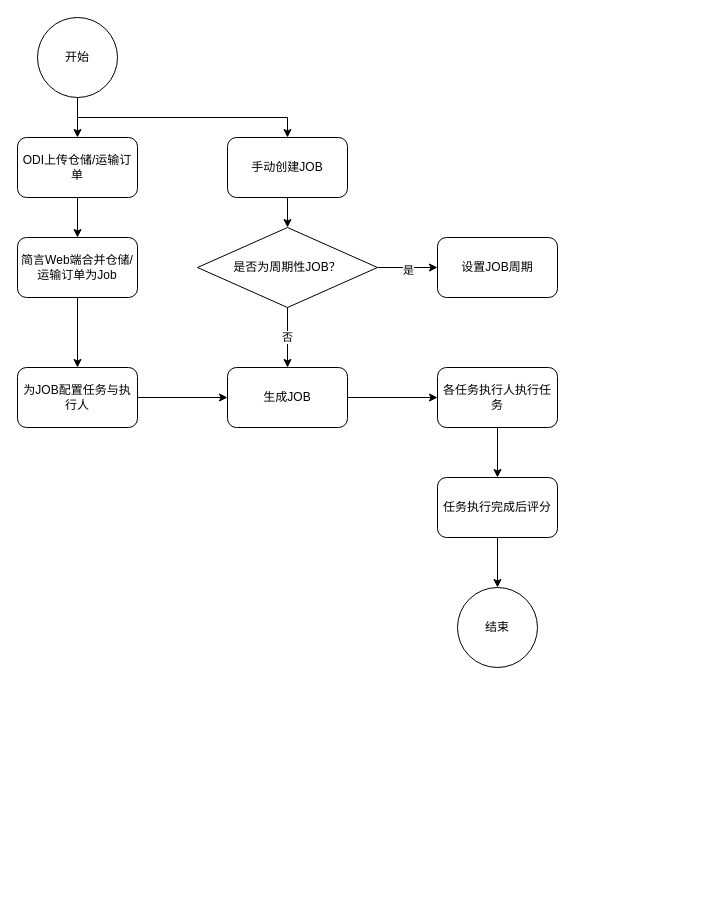
The draw.io diagram 简言业务流程图.drawio in FrankKirin/PM_works, before the edit. Source tidied: cells renumbered, new cells numbered last; positions are measured from the earlier drawing's top-left corner, leaving out a move shared by most shapes. Both pictures are drawn from the tidied source at 100%, with x=0, y=0 at pixel (17, 17).
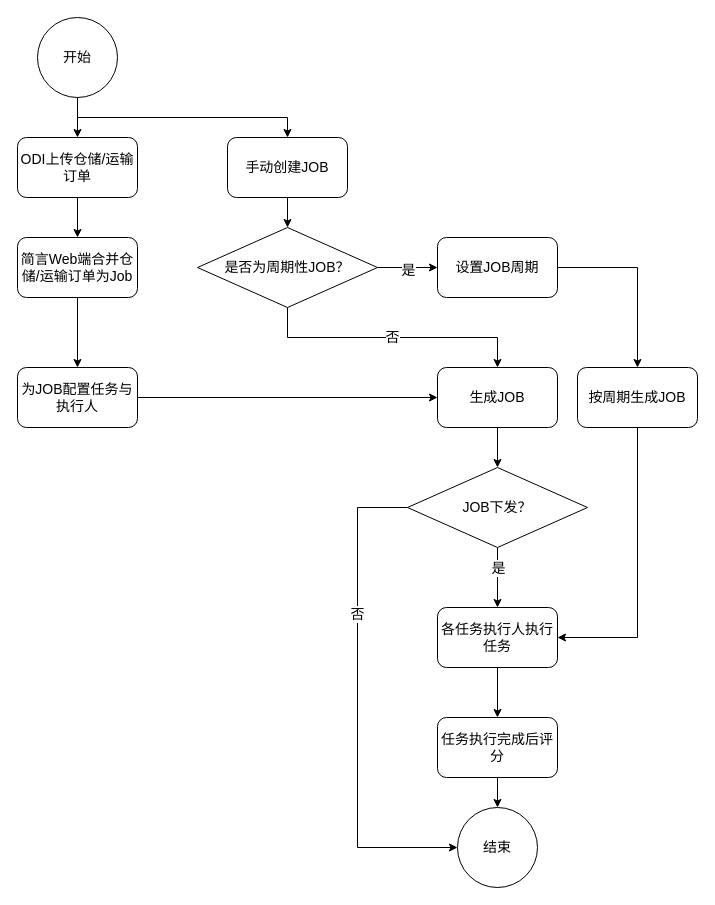
The same diagram, later.

Commit message:
Update 简言业务流程图.drawio

Change to the diagram source:
```diff
@@
-    <mxCell id="2" style="edgeStyle=orthogonalEdgeStyle;rounded=0;jettySize=auto;html=1;exitX=0.5;exitY=1;exitDx=0;exitDy=0;entryX=0.5;entryY=0;entryDx=0;entryDy=0;" parent="1" edge="1" source="4" target="6">
+    <mxCell id="2" style="edgeStyle=orthogonalEdgeStyle;rounded=0;jettySize=auto;html=1;exitX=0.5;exitY=1;exitDx=0;exitDy=0;entryX=0.5;entryY=0;entryDx=0;entryDy=0;fontSize=14;" parent="1" edge="1" source="4" target="6">
       <mxGeometry relative="1" as="geometry" />
     </mxCell>
-    <mxCell id="3" style="edgeStyle=orthogonalEdgeStyle;rounded=0;jettySize=auto;html=1;exitX=0.5;exitY=1;exitDx=0;exitDy=0;entryX=0.5;entryY=0;entryDx=0;entryDy=0;" parent="1" edge="1" source="4" target="12">
+    <mxCell id="3" style="edgeStyle=orthogonalEdgeStyle;rounded=0;jettySize=auto;html=1;exitX=0.5;exitY=1;exitDx=0;exitDy=0;entryX=0.5;entryY=0;entryDx=0;entryDy=0;fontSize=14;" parent="1" edge="1" source="4" target="12">
       <mxGeometry relative="1" as="geometry" />
     </mxCell>
-    <mxCell id="4" value="开始" style="ellipse;whiteSpace=wrap;html=1;" parent="1" vertex="1">
+    <mxCell id="4" value="开始" style="ellipse;whiteSpace=wrap;html=1;fontSize=14;" parent="1" vertex="1">
       <mxGeometry x="20" width="80" height="80" as="geometry" />
     </mxCell>
-    <mxCell id="5" style="edgeStyle=orthogonalEdgeStyle;rounded=0;jettySize=auto;html=1;exitX=0.5;exitY=1;exitDx=0;exitDy=0;entryX=0.5;entryY=0;entryDx=0;entryDy=0;" parent="1" edge="1" source="6" target="8">
+    <mxCell id="5" style="edgeStyle=orthogonalEdgeStyle;rounded=0;jettySize=auto;html=1;exitX=0.5;exitY=1;exitDx=0;exitDy=0;entryX=0.5;entryY=0;entryDx=0;entryDy=0;fontSize=14;" parent="1" edge="1" source="6" target="8">
       <mxGeometry relative="1" as="geometry" />
     </mxCell>
-    <mxCell id="6" value="ODI上传仓储/运输订单" style="rounded=1;whiteSpace=wrap;html=1;" parent="1" vertex="1">
+    <mxCell id="6" value="ODI上传仓储/运输订单" style="rounded=1;whiteSpace=wrap;html=1;fontSize=14;" parent="1" vertex="1">
       <mxGeometry y="120" width="120" height="60" as="geometry" />
     </mxCell>
-    <mxCell id="7" style="edgeStyle=orthogonalEdgeStyle;rounded=0;jettySize=auto;html=1;exitX=0.5;exitY=1;exitDx=0;exitDy=0;entryX=0.5;entryY=0;entryDx=0;entryDy=0;" parent="1" edge="1" source="8" target="10">
+    <mxCell id="7" style="edgeStyle=orthogonalEdgeStyle;rounded=0;jettySize=auto;html=1;exitX=0.5;exitY=1;exitDx=0;exitDy=0;entryX=0.5;entryY=0;entryDx=0;entryDy=0;fontSize=14;" parent="1" edge="1" source="8" target="10">
       <mxGeometry relative="1" as="geometry" />
     </mxCell>
-    <mxCell id="8" value="简言Web端合并仓储/运输订单为Job" style="rounded=1;whiteSpace=wrap;html=1;" parent="1" vertex="1">
+    <mxCell id="8" value="简言Web端合并仓储/运输订单为Job" style="rounded=1;whiteSpace=wrap;html=1;fontSize=14;" parent="1" vertex="1">
       <mxGeometry y="220" width="120" height="60" as="geometry" />
     </mxCell>
-    <mxCell id="9" style="edgeStyle=orthogonalEdgeStyle;rounded=0;jettySize=auto;html=1;exitX=1;exitY=0.5;exitDx=0;exitDy=0;entryX=0;entryY=0.5;entryDx=0;entryDy=0;" parent="1" edge="1" source="10" target="19">
+    <mxCell id="9" style="edgeStyle=orthogonalEdgeStyle;rounded=0;jettySize=auto;html=1;exitX=1;exitY=0.5;exitDx=0;exitDy=0;entryX=0;entryY=0.5;entryDx=0;entryDy=0;fontSize=14;" parent="1" edge="1" source="10" target="19">
       <mxGeometry relative="1" as="geometry" />
     </mxCell>
-    <mxCell id="10" value="为JOB配置任务与执行人" style="rounded=1;whiteSpace=wrap;html=1;" parent="1" vertex="1">
+    <mxCell id="10" value="为JOB配置任务与执行人" style="rounded=1;whiteSpace=wrap;html=1;fontSize=14;" parent="1" vertex="1">
       <mxGeometry y="350" width="120" height="60" as="geometry" />
     </mxCell>
-    <mxCell id="11" style="edgeStyle=orthogonalEdgeStyle;rounded=0;jettySize=auto;html=1;exitX=0.5;exitY=1;exitDx=0;exitDy=0;entryX=0.5;entryY=0;entryDx=0;entryDy=0;" parent="1" edge="1" source="12" target="16">
+    <mxCell id="11" style="edgeStyle=orthogonalEdgeStyle;rounded=0;jettySize=auto;html=1;exitX=0.5;exitY=1;exitDx=0;exitDy=0;entryX=0.5;entryY=0;entryDx=0;entryDy=0;fontSize=14;" parent="1" edge="1" source="12" target="16">
       <mxGeometry relative="1" as="geometry" />
     </mxCell>
-    <mxCell id="12" value="手动创建JOB" style="rounded=1;whiteSpace=wrap;html=1;" parent="1" vertex="1">
+    <mxCell id="12" value="手动创建JOB" style="rounded=1;whiteSpace=wrap;html=1;fontSize=14;" parent="1" vertex="1">
       <mxGeometry x="210" y="120" width="120" height="60" as="geometry" />
     </mxCell>
-    <mxCell id="13" style="edgeStyle=orthogonalEdgeStyle;rounded=0;jettySize=auto;html=1;exitX=1;exitY=0.5;exitDx=0;exitDy=0;entryX=0;entryY=0.5;entryDx=0;entryDy=0;" parent="1" edge="1" source="16" target="17">
+    <mxCell id="13" style="edgeStyle=orthogonalEdgeStyle;rounded=0;jettySize=auto;html=1;exitX=1;exitY=0.5;exitDx=0;exitDy=0;entryX=0;entryY=0.5;entryDx=0;entryDy=0;fontSize=14;" parent="1" edge="1" source="16" target="17">
       <mxGeometry relative="1" as="geometry" />
     </mxCell>
-    <mxCell id="14" value="是" style="edgeLabel;html=1;align=center;verticalAlign=middle;" parent="13" vertex="1">
+    <mxCell id="14" value="是" style="edgeLabel;html=1;align=center;verticalAlign=middle;fontSize=14;" parent="13" vertex="1">
       <mxGeometry x="-0.01" y="-2" relative="1" as="geometry" />
     </mxCell>
-    <mxCell id="15" value="否" style="edgeStyle=orthogonalEdgeStyle;rounded=0;jettySize=auto;html=1;exitX=0.5;exitY=1;exitDx=0;exitDy=0;entryX=0.5;entryY=0;entryDx=0;entryDy=0;" parent="1" edge="1" source="16" target="19">
+    <mxCell id="15" value="否" style="edgeStyle=orthogonalEdgeStyle;rounded=0;jettySize=auto;html=1;exitX=0.5;exitY=1;exitDx=0;exitDy=0;entryX=0.5;entryY=0;entryDx=0;entryDy=0;fontSize=14;" parent="1" edge="1" source="16" target="19">
       <mxGeometry relative="1" as="geometry" />
     </mxCell>
-    <mxCell id="16" value="是否为周期性JOB？" style="rhombus;whiteSpace=wrap;html=1;" parent="1" vertex="1">
+    <mxCell id="16" value="是否为周期性JOB？" style="rhombus;whiteSpace=wrap;html=1;fontSize=14;" parent="1" vertex="1">
       <mxGeometry x="180" y="210" width="180" height="80" as="geometry" />
     </mxCell>
+    <mxCell id="25" style="edgeStyle=orthogonalEdgeStyle;rounded=0;jettySize=auto;html=1;exitX=1;exitY=0.5;exitDx=0;exitDy=0;entryX=0.5;entryY=0;entryDx=0;entryDy=0;fontSize=14;" parent="1" edge="1" source="17" target="33">
+      <mxGeometry relative="1" as="geometry" />
+    </mxCell>
-    <mxCell id="17" value="设置JOB周期" style="rounded=1;whiteSpace=wrap;html=1;" parent="1" vertex="1">
+    <mxCell id="17" value="设置JOB周期" style="rounded=1;whiteSpace=wrap;html=1;fontSize=14;" parent="1" vertex="1">
       <mxGeometry x="420" y="220" width="120" height="60" as="geometry" />
     </mxCell>
-    <mxCell id="18" style="edgeStyle=orthogonalEdgeStyle;rounded=0;jettySize=auto;html=1;exitX=1;exitY=0.5;exitDx=0;exitDy=0;entryX=0;entryY=0.5;entryDx=0;entryDy=0;" parent="1" edge="1" source="19" target="21">
-      <mxGeometry relative="1" as="geometry" />
-    </mxCell>
+    <mxCell id="26" style="edgeStyle=orthogonalEdgeStyle;rounded=0;jettySize=auto;html=1;exitX=0.5;exitY=1;exitDx=0;exitDy=0;entryX=0.5;entryY=0;entryDx=0;entryDy=0;fontSize=14;" parent="1" edge="1" source="19" target="31">
+      <mxGeometry relative="1" as="geometry" />
+    </mxCell>
-    <mxCell id="19" value="生成JOB" style="rounded=1;whiteSpace=wrap;html=1;" parent="1" vertex="1">
-      <mxGeometry x="210" y="350" width="120" height="60" as="geometry" />
+    <mxCell id="19" value="生成JOB" style="rounded=1;whiteSpace=wrap;html=1;fontSize=14;" parent="1" vertex="1">
+      <mxGeometry x="420" y="350" width="120" height="60" as="geometry" />
     </mxCell>
-    <mxCell id="20" style="edgeStyle=orthogonalEdgeStyle;rounded=0;jettySize=auto;html=1;exitX=0.5;exitY=1;exitDx=0;exitDy=0;entryX=0.5;entryY=0;entryDx=0;entryDy=0;" parent="1" edge="1" source="21" target="23">
+    <mxCell id="20" style="edgeStyle=orthogonalEdgeStyle;rounded=0;jettySize=auto;html=1;exitX=0.5;exitY=1;exitDx=0;exitDy=0;entryX=0.5;entryY=0;entryDx=0;entryDy=0;fontSize=14;" parent="1" edge="1" source="21" target="23">
       <mxGeometry relative="1" as="geometry" />
     </mxCell>
-    <mxCell id="21" value="各任务执行人执行任务" style="rounded=1;whiteSpace=wrap;html=1;" parent="1" vertex="1">
-      <mxGeometry x="420" y="350" width="120" height="60" as="geometry" />
+    <mxCell id="21" value="各任务执行人执行任务" style="rounded=1;whiteSpace=wrap;html=1;fontSize=14;" parent="1" vertex="1">
+      <mxGeometry x="420" y="590" width="120" height="60" as="geometry" />
     </mxCell>
-    <mxCell id="22" style="edgeStyle=orthogonalEdgeStyle;rounded=0;jettySize=auto;html=1;exitX=0.5;exitY=1;exitDx=0;exitDy=0;entryX=0.5;entryY=0;entryDx=0;entryDy=0;" parent="1" edge="1" source="23" target="24">
+    <mxCell id="22" style="edgeStyle=orthogonalEdgeStyle;rounded=0;jettySize=auto;html=1;exitX=0.5;exitY=1;exitDx=0;exitDy=0;entryX=0.5;entryY=0;entryDx=0;entryDy=0;fontSize=14;" parent="1" edge="1" source="23" target="24">
       <mxGeometry relative="1" as="geometry" />
     </mxCell>
-    <mxCell id="23" value="任务执行完成后评分" style="rounded=1;whiteSpace=wrap;html=1;" parent="1" vertex="1">
-      <mxGeometry x="420" y="460" width="120" height="60" as="geometry" />
+    <mxCell id="23" value="任务执行完成后评分" style="rounded=1;whiteSpace=wrap;html=1;fontSize=14;" parent="1" vertex="1">
+      <mxGeometry x="420" y="700" width="120" height="60" as="geometry" />
     </mxCell>
-    <mxCell id="24" value="结束" style="ellipse;whiteSpace=wrap;html=1;" parent="1" vertex="1">
-      <mxGeometry x="440" y="570" width="80" height="80" as="geometry" />
+    <mxCell id="24" value="结束" style="ellipse;whiteSpace=wrap;html=1;fontSize=14;" parent="1" vertex="1">
+      <mxGeometry x="440" y="790" width="80" height="80" as="geometry" />
     </mxCell>
+    <mxCell id="27" style="edgeStyle=orthogonalEdgeStyle;rounded=0;jettySize=auto;html=1;exitX=0.5;exitY=1;exitDx=0;exitDy=0;entryX=0.5;entryY=0;entryDx=0;entryDy=0;fontSize=14;" parent="1" edge="1" source="31" target="21">
+      <mxGeometry relative="1" as="geometry" />
+    </mxCell>
+    <mxCell id="28" value="是" style="edgeLabel;html=1;align=center;verticalAlign=middle;fontSize=14;" parent="27" vertex="1">
+      <mxGeometry x="-0.33" y="2" relative="1" as="geometry">
+        <mxPoint x="-2" as="offset" />
+      </mxGeometry>
+    </mxCell>
+    <mxCell id="29" style="edgeStyle=orthogonalEdgeStyle;rounded=0;jettySize=auto;html=1;exitX=0;exitY=0.5;exitDx=0;exitDy=0;entryX=0;entryY=0.5;entryDx=0;entryDy=0;fontSize=14;" parent="1" edge="1" source="31" target="24">
+      <mxGeometry relative="1" as="geometry">
+        <Array as="points">
+          <mxPoint x="340" y="490" />
+          <mxPoint x="340" y="830" />
+        </Array>
+      </mxGeometry>
+    </mxCell>
+    <mxCell id="30" value="否" style="edgeLabel;html=1;align=center;verticalAlign=middle;fontSize=14;" parent="29" vertex="1">
+      <mxGeometry x="-0.36" y="-1" relative="1" as="geometry">
+        <mxPoint y="-1" as="offset" />
+      </mxGeometry>
+    </mxCell>
+    <mxCell id="31" value="JOB下发？" style="rhombus;whiteSpace=wrap;html=1;fontSize=14;" parent="1" vertex="1">
+      <mxGeometry x="390" y="450" width="180" height="80" as="geometry" />
+    </mxCell>
+    <mxCell id="32" style="edgeStyle=orthogonalEdgeStyle;rounded=0;jettySize=auto;html=1;exitX=0.5;exitY=1;exitDx=0;exitDy=0;entryX=1;entryY=0.5;entryDx=0;entryDy=0;fontSize=14;" parent="1" edge="1" source="33" target="21">
+      <mxGeometry relative="1" as="geometry" />
+    </mxCell>
+    <mxCell id="33" value="按周期生成JOB" style="rounded=1;whiteSpace=wrap;html=1;fontSize=14;" parent="1" vertex="1">
+      <mxGeometry x="560" y="350" width="120" height="60" as="geometry" />
+    </mxCell>
```
